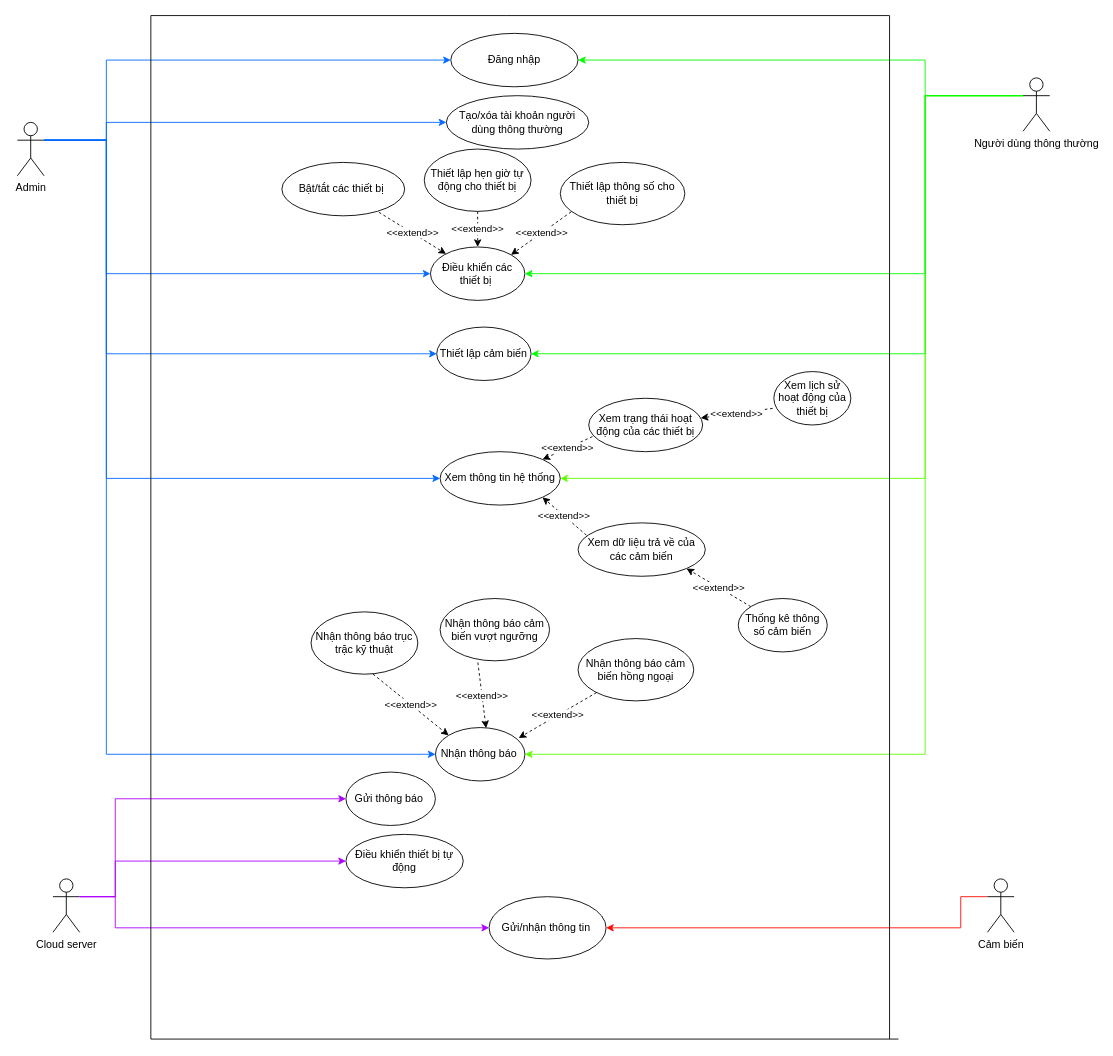
The draw.io diagram Week 2/Use case diagram.drawio in astr0tas/Smart-Home-CNPM, before the edit. Source tidied: cells renumbered, new cells numbered last; positions are measured from the earlier drawing's top-left corner, leaving out a move shared by most shapes. Both pictures are drawn from the tidied source at 89%, with x=0, y=0 at pixel (17, 15).
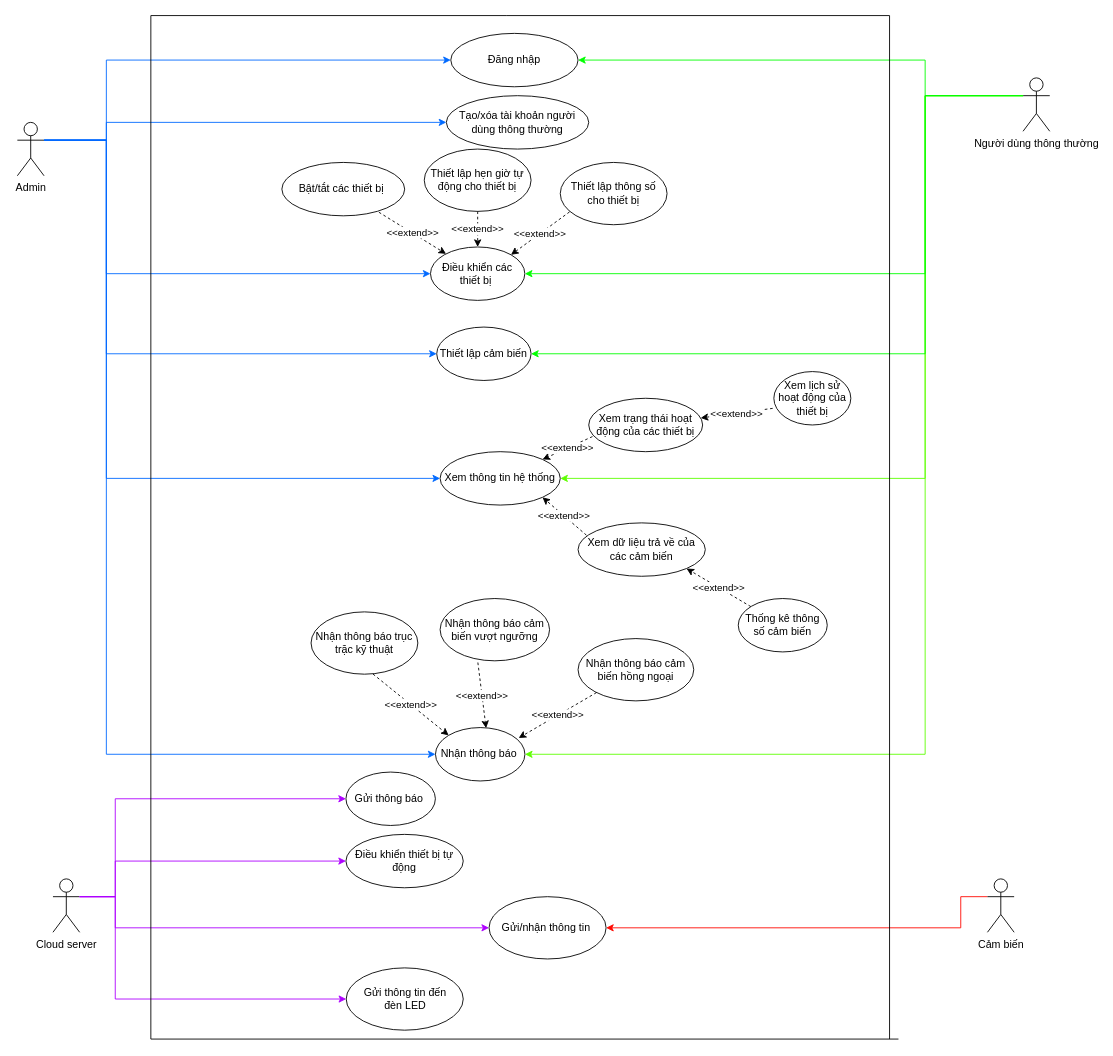
After the change.

Commit message:
Cập nhật Use case diagram.drawio

The change refers to these unchanged cells:
```xml
<mxCell id="32" value="Cloud server" style="shape=umlActor;verticalLabelPosition=bottom;verticalAlign=top;html=1;outlineConnect=0;" parent="1" vertex="1">
  <mxGeometry x="40" y="970" width="30" height="60" as="geometry" />
</mxCell>
```

Change to the diagram source:
```diff
@@
     <mxCell id="18" value="Thiết lập thông số cho thiết bị" style="ellipse;whiteSpace=wrap;html=1;" parent="1" vertex="1">
-      <mxGeometry x="610" y="165" width="140" height="70" as="geometry" />
+      <mxGeometry x="610" y="165" width="120" height="70" as="geometry" />
     </mxCell>
@@
+    <mxCell id="51" value="Gửi thông tin đến&lt;br&gt;đèn LED" style="ellipse;whiteSpace=wrap;html=1;" parent="1" vertex="1">
+      <mxGeometry x="369.5" y="1070" width="131.5" height="70" as="geometry" />
+    </mxCell>
+    <mxCell id="52" style="endArrow=classic;html=1;rounded=0;exitX=1;exitY=0.3333333333333333;exitDx=0;exitDy=0;exitPerimeter=0;entryX=0;entryY=0.5;entryDx=0;entryDy=0;fillColor=#e1d5e7;strokeColor=#ae00ff;edgeStyle=orthogonalEdgeStyle;" parent="1" edge="1" source="32" target="51">
+      <mxGeometry relative="1" as="geometry">
+        <Array as="points">
+          <mxPoint x="70" y="990" />
+          <mxPoint x="110" y="990" />
+          <mxPoint x="110" y="1105" />
+        </Array>
+      </mxGeometry>
+    </mxCell>
```
